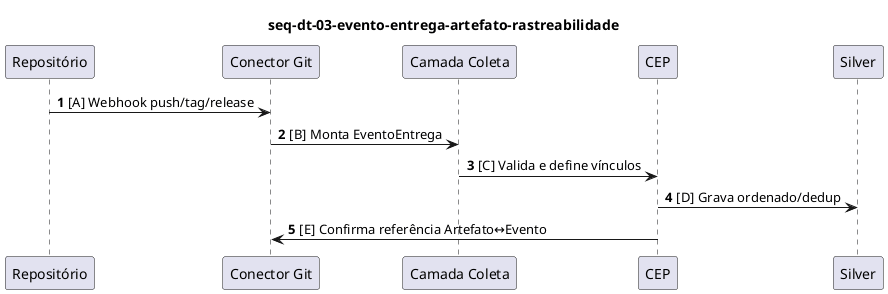
Above: projeto/assets/seq/seq-dt-03-evento-entrega-artefato-rastreabilidade.png in afonsolelis/pesquisa_modelo_gd_apb (PlantUML), before the change.
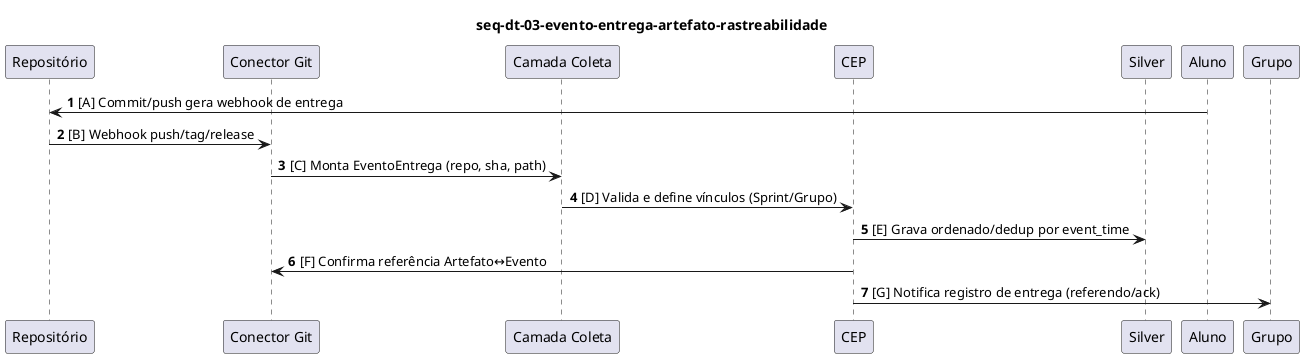
After the change.

Change to the diagram source:
```diff
@@ -6,9 +6,11 @@
 participant "CEP" as CEP
 participant "Silver" as Silver
 title seq-dt-03-evento-entrega-artefato-rastreabilidade
-Reposit_rio -> Conector_Git : [A] Webhook push/tag/release
-Conector_Git -> Camada_Coleta : [B] Monta EventoEntrega
-Camada_Coleta -> CEP : [C] Valida e define vínculos
-CEP -> Silver : [D] Grava ordenado/dedup
-CEP -> Conector_Git : [E] Confirma referência Artefato↔Evento
+Aluno -> Reposit_rio : [A] Commit/push gera webhook de entrega
+Reposit_rio -> Conector_Git : [B] Webhook push/tag/release
+Conector_Git -> Camada_Coleta : [C] Monta EventoEntrega (repo, sha, path)
+Camada_Coleta -> CEP : [D] Valida e define vínculos (Sprint/Grupo)
+CEP -> Silver : [E] Grava ordenado/dedup por event_time
+CEP -> Conector_Git : [F] Confirma referência Artefato↔Evento
+CEP -> Grupo : [G] Notifica registro de entrega (referendo/ack)
 @enduml
```
